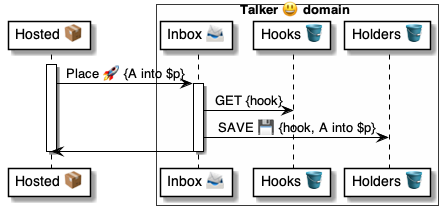
Earlier version of the PlantUML export 4 ⚙️ Solution/35 💬 Chats/Talkers 😃/😃🅰️ Talker methods/Place 🧑‍💻🚀😃/😃 Place ⚙️ uml.png (pollyweb-org/pollyweb-docs). Its source is kept beside it as 4 ⚙️ Solution/35 💬 Chats/Talkers 😃/😃🅰️ Talker methods/Place 🧑‍💻🚀😃/😃 Place ⚙️ uml.puml.
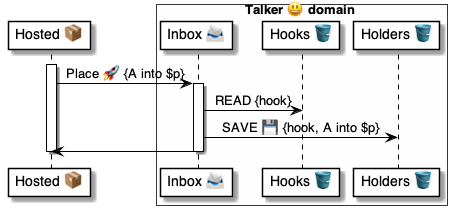
After the commit.

The edit, as a diff of the source:
```diff
@@ -13,7 +13,7 @@
     hosted -> inbox: Place 🚀 {A into $p}
 
     activate inbox
-        inbox -> hooks: GET {hook}
+        inbox -> hooks: READ {hook}
         inbox -> holders: SAVE 💾 {hook, A into $p}
         inbox -> hosted:
     deactivate inbox
```
